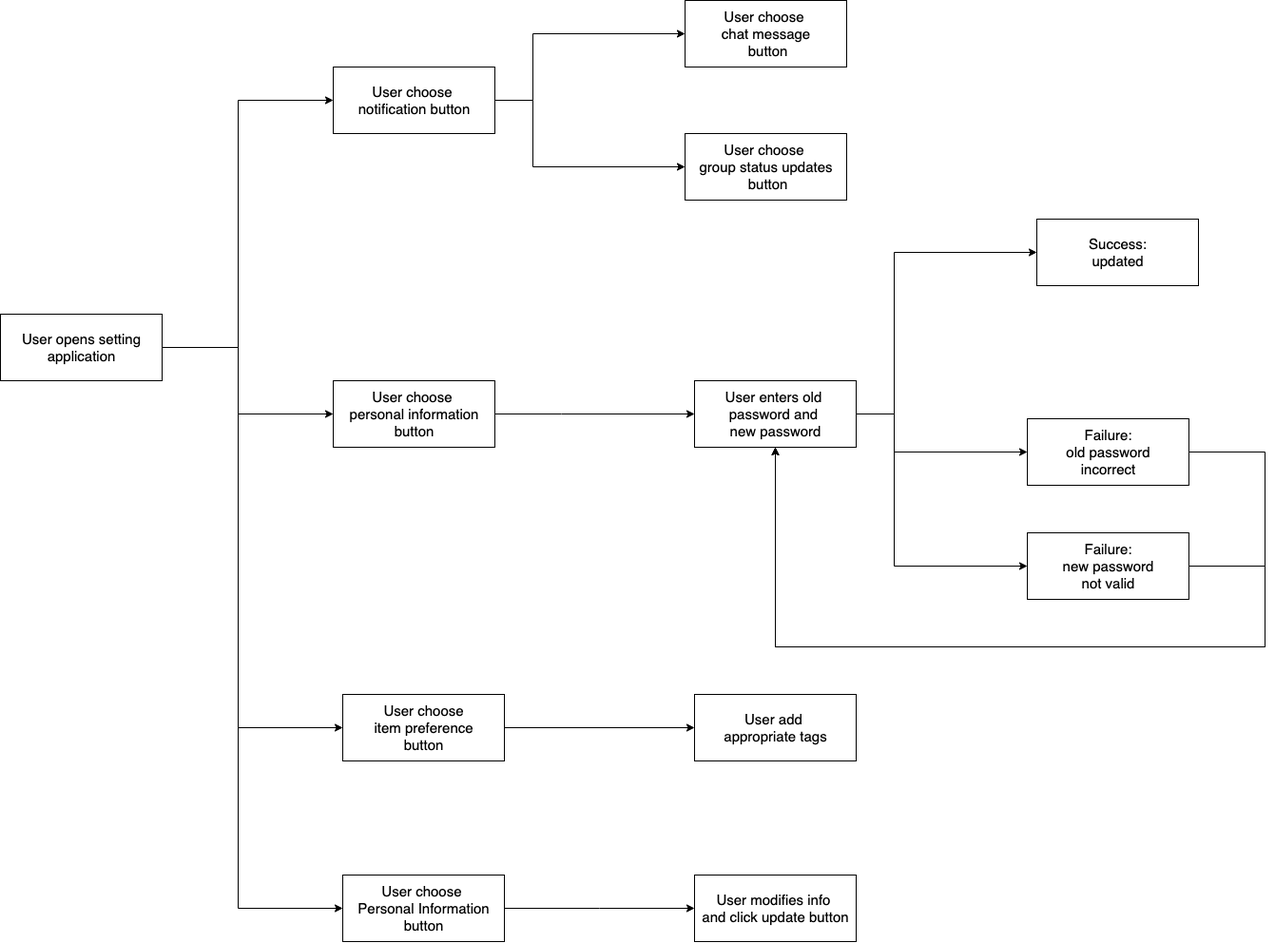
cis350/project-uniteandconquer keeps this draw.io diagram as Design/Sprint 2/Setting userflow.png. Above is the earlier version. Source tidied: cells renumbered, new cells last; positions are measured from the earlier drawing's top-left corner, leaving out a move shared by most shapes.
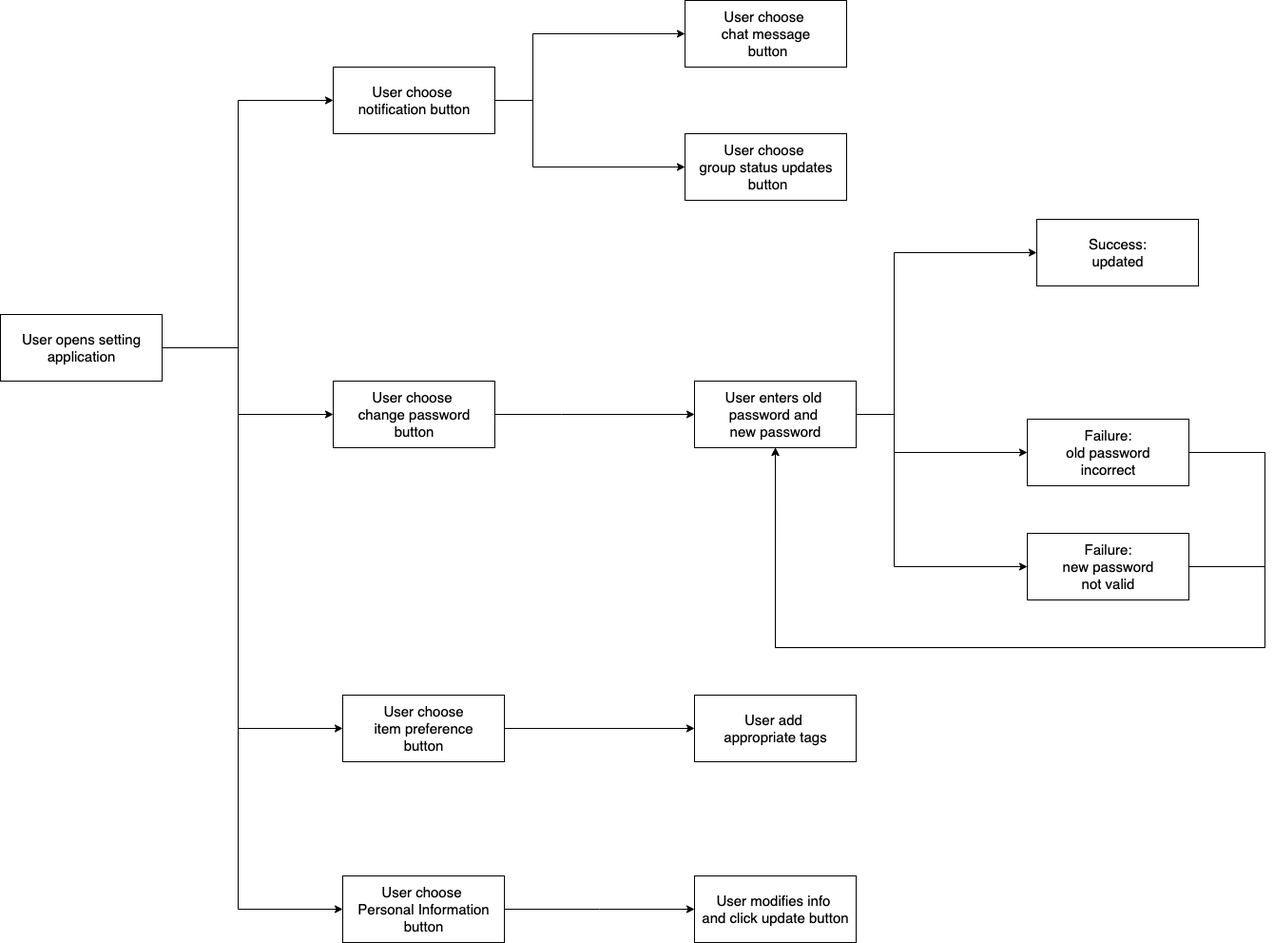
The same diagram one commit later.

What changed in the source:
```diff
@@ -27,16 +27,16 @@
     <mxCell id="6" value="&lt;span style=&quot;font-size: 15px&quot;&gt;User choose&lt;br&gt;item preference&lt;br&gt;button&lt;br&gt;&lt;/span&gt;" style="html=1;" parent="1" vertex="1">
       <mxGeometry x="360" y="730" width="170" height="70" as="geometry" />
     </mxCell>
-    <mxCell id="7" style="edgeStyle=elbowEdgeStyle;elbow=horizontal;endArrow=classic;html=1;rounded=0;exitX=1;exitY=0.5;exitDx=0;exitDy=0;entryX=0;entryY=0.5;entryDx=0;entryDy=0;" parent="1" edge="1" source="2" target="8">
-      <mxGeometry relative="1" as="geometry">
-        <Array as="points">
-          <mxPoint x="250" y="400" />
-        </Array>
-      </mxGeometry>
-    </mxCell>
-    <mxCell id="8" value="&lt;font style=&quot;font-size: 15px&quot;&gt;User choose&amp;nbsp;&lt;br&gt;personal information&lt;br&gt;button&lt;br&gt;&lt;/font&gt;" style="html=1;" parent="1" vertex="1">
-      <mxGeometry x="350" y="400" width="170" height="70" as="geometry" />
-    </mxCell>
+    <mxCell id="29" style="edgeStyle=elbowEdgeStyle;elbow=horizontal;endArrow=classic;html=1;rounded=0;exitX=1;exitY=0.5;exitDx=0;exitDy=0;entryX=0;entryY=0.5;entryDx=0;entryDy=0;" parent="1" edge="1" source="2" target="30">
+      <mxGeometry relative="1" as="geometry">
+        <Array as="points">
+          <mxPoint x="250" y="400" />
+        </Array>
+      </mxGeometry>
+    </mxCell>
+    <mxCell id="30" value="&lt;font style=&quot;font-size: 15px&quot;&gt;User choose&amp;nbsp;&lt;br&gt;change password&lt;br&gt;button&lt;br&gt;&lt;/font&gt;" style="html=1;" parent="1" vertex="1">
+      <mxGeometry x="350" y="400" width="170" height="70" as="geometry" />
+    </mxCell>
     <mxCell id="9" value="&lt;font style=&quot;font-size: 15px&quot;&gt;User choose&amp;nbsp;&lt;br&gt;chat message&lt;br&gt;&amp;nbsp;button&lt;br&gt;&lt;/font&gt;" style="html=1;" parent="1" vertex="1">
       <mxGeometry x="720" width="170" height="70" as="geometry" />
     </mxCell>
@@ -66,13 +66,13 @@
     <mxCell id="15" style="endArrow=classic;html=1;rounded=0;exitX=1;exitY=0.5;exitDx=0;exitDy=0;entryX=0;entryY=0.5;entryDx=0;entryDy=0;" parent="1" edge="1" source="6" target="14">
       <mxGeometry relative="1" as="geometry" />
     </mxCell>
-    <mxCell id="16" style="edgeStyle=elbowEdgeStyle;elbow=horizontal;endArrow=classic;html=1;rounded=0;exitX=1;exitY=0.5;exitDx=0;exitDy=0;entryX=0;entryY=0.5;entryDx=0;entryDy=0;" parent="1" edge="1" source="8" target="13">
-      <mxGeometry relative="1" as="geometry">
-        <Array as="points">
-          <mxPoint x="590" y="435" />
-        </Array>
-      </mxGeometry>
-    </mxCell>
+    <mxCell id="31" style="edgeStyle=elbowEdgeStyle;elbow=horizontal;endArrow=classic;html=1;rounded=0;exitX=1;exitY=0.5;exitDx=0;exitDy=0;entryX=0;entryY=0.5;entryDx=0;entryDy=0;" parent="1" edge="1" source="30" target="13">
+      <mxGeometry relative="1" as="geometry">
+        <Array as="points">
+          <mxPoint x="590" y="435" />
+        </Array>
+      </mxGeometry>
+    </mxCell>
     <mxCell id="17" value="&lt;font style=&quot;font-size: 15px&quot;&gt;User choose&amp;nbsp;&lt;br&gt;Personal Information&lt;br&gt;button&lt;br&gt;&lt;/font&gt;" style="html=1;" parent="1" vertex="1">
       <mxGeometry x="360" y="920" width="170" height="70" as="geometry" />
     </mxCell>
```
